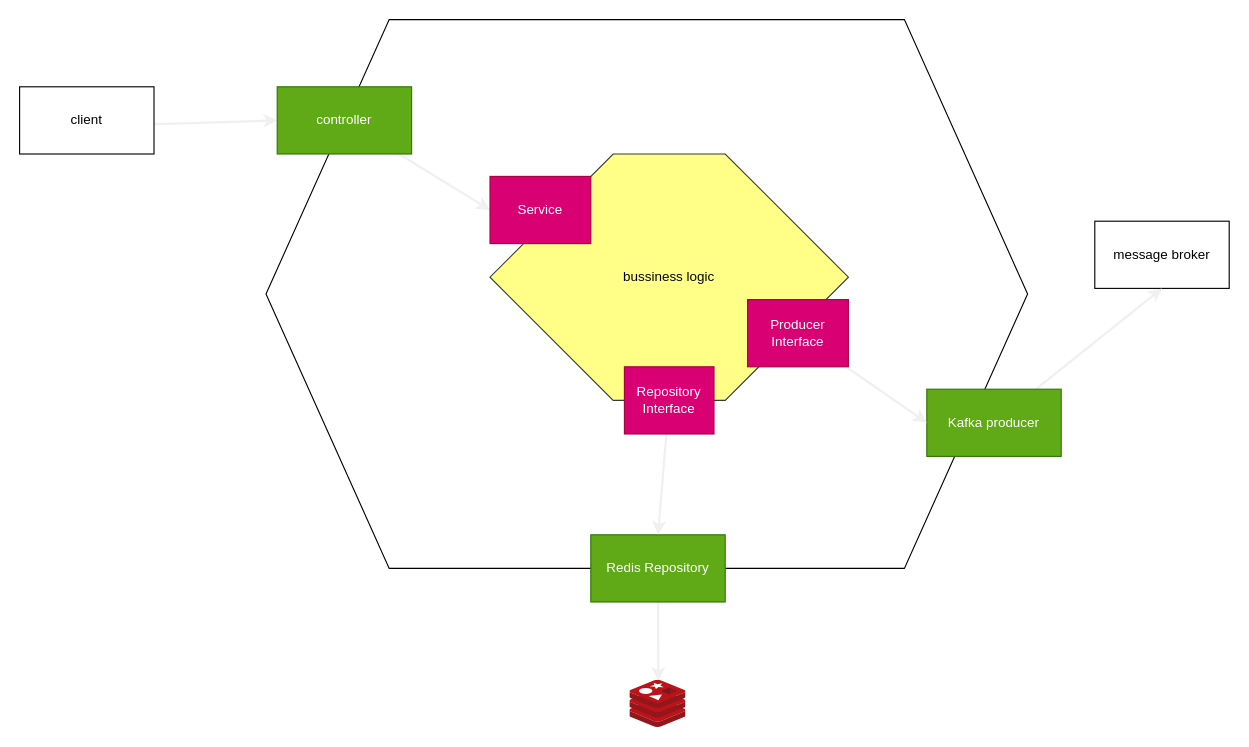
This is diagrams/CartDiagram.drawio from abdo1819/MicroservicesTask, a draw.io file, before an edit. Source tidied: cells renumbered, new cells numbered last; positions are measured from the earlier drawing's top-left corner, leaving out a move shared by most shapes. Both pictures are drawn from the tidied source at 112%, with x=0, y=0 at pixel (19, 19).
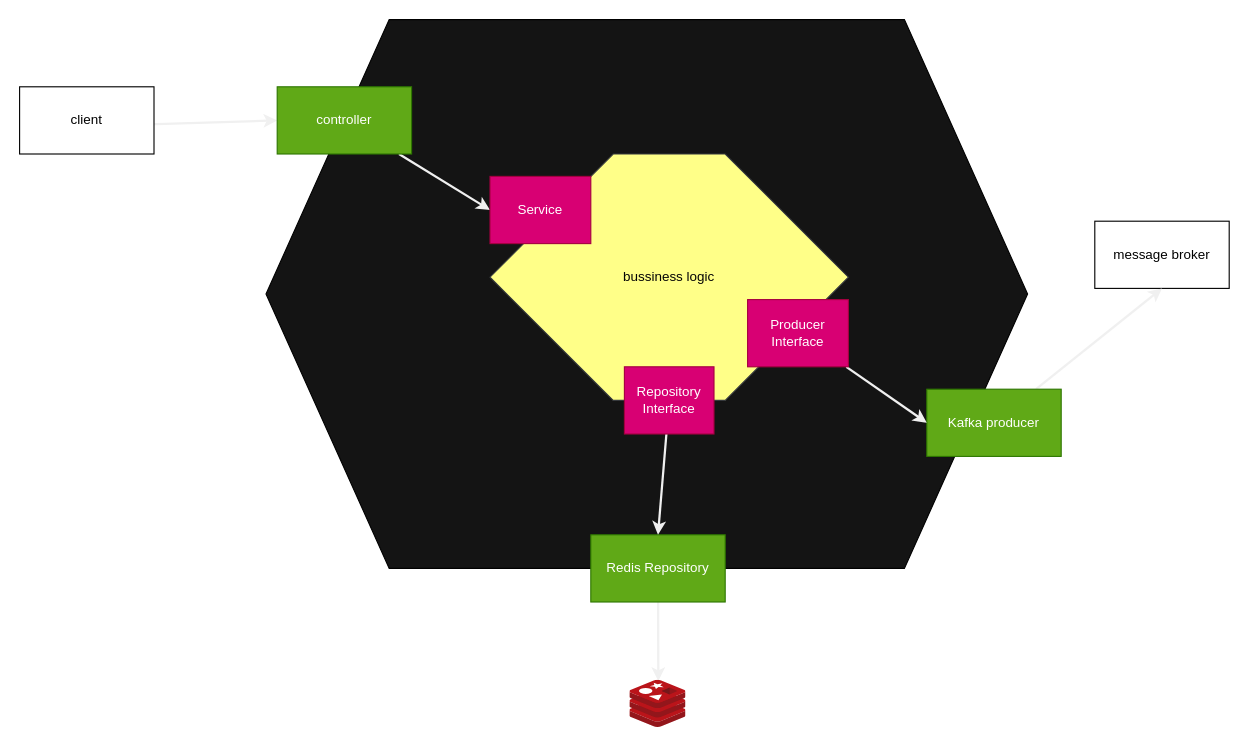
After the change.

Commit message (it also covers changes not shown here):
update cart diagram

What changed in the source:
```diff
@@
 <mxGraphModel>
   <root>
     <mxCell id="0" />
     <mxCell id="1" parent="0" />
-    <mxCell id="2" style="shape=hexagon;perimeter=hexagonPerimeter2;whiteSpace=wrap;html=1;fixedSize=1;size=110;" parent="1" vertex="1">
+    <mxCell id="2" style="shape=hexagon;perimeter=hexagonPerimeter2;whiteSpace=wrap;html=1;fixedSize=1;size=110;fillColor=#141414;" parent="1" vertex="1">
       <mxGeometry x="220" width="680" height="490" as="geometry" />
     </mxCell>
     <mxCell id="3" value="&lt;font color=&quot;#050505&quot;&gt;bussiness logic&lt;/font&gt;" style="shape=hexagon;perimeter=hexagonPerimeter2;whiteSpace=wrap;html=1;fixedSize=1;size=110;fillColor=#ffff88;strokeColor=#36393d;" parent="1" vertex="1">
       <mxGeometry x="420" y="120" width="320" height="220" as="geometry" />
     </mxCell>
     <mxCell id="4" style="edgeStyle=none;html=1;entryX=0;entryY=0.5;entryDx=0;entryDy=0;strokeColor=#F0F0F0;strokeWidth=2;" parent="1" edge="1" target="6">
       <mxGeometry relative="1" as="geometry">
         <mxPoint x="85" y="94.5" as="sourcePoint" />
       </mxGeometry>
     </mxCell>
     <mxCell id="5" style="edgeStyle=none;html=1;entryX=0;entryY=0.5;entryDx=0;entryDy=0;strokeColor=#F0F0F0;strokeWidth=2;" parent="1" edge="1" source="6" target="18">
       <mxGeometry relative="1" as="geometry" />
     </mxCell>
     <mxCell id="6" value="controller" style="rounded=0;whiteSpace=wrap;html=1;fillColor=#60a917;fontColor=#ffffff;strokeColor=#2D7600;" parent="1" vertex="1">
       <mxGeometry x="230" y="60" width="120" height="60" as="geometry" />
     </mxCell>
     <mxCell id="7" value="client" style="rounded=0;whiteSpace=wrap;html=1;" parent="1" vertex="1">
       <mxGeometry y="60" width="120" height="60" as="geometry" />
     </mxCell>
     <mxCell id="8" value="message broker" style="rounded=0;whiteSpace=wrap;html=1;" parent="1" vertex="1">
       <mxGeometry x="960" y="180" width="120" height="60" as="geometry" />
     </mxCell>
     <mxCell id="9" style="edgeStyle=none;html=1;entryX=0.5;entryY=1;entryDx=0;entryDy=0;strokeColor=#F0F0F0;strokeWidth=2;" parent="1" edge="1" source="10" target="8">
       <mxGeometry relative="1" as="geometry" />
     </mxCell>
     <mxCell id="10" value="Kafka producer" style="rounded=0;whiteSpace=wrap;html=1;fillColor=#60a917;fontColor=#ffffff;strokeColor=#2D7600;" parent="1" vertex="1">
       <mxGeometry x="810" y="330" width="120" height="60" as="geometry" />
     </mxCell>
     <mxCell id="11" style="edgeStyle=none;html=1;entryX=0;entryY=0.5;entryDx=0;entryDy=0;strokeColor=#F0F0F0;strokeWidth=2;" parent="1" edge="1" source="12" target="10">
       <mxGeometry relative="1" as="geometry" />
     </mxCell>
     <mxCell id="12" value="Producer&lt;br&gt;Interface" style="rounded=0;whiteSpace=wrap;html=1;fillColor=#d80073;strokeColor=#A50040;fontColor=#ffffff;" parent="1" vertex="1">
       <mxGeometry x="650" y="250" width="90" height="60" as="geometry" />
     </mxCell>
     <mxCell id="13" style="edgeStyle=none;html=1;entryX=0.506;entryY=0.013;entryDx=0;entryDy=0;entryPerimeter=0;strokeColor=#F0F0F0;strokeWidth=2;" parent="1" edge="1" source="14" target="15">
       <mxGeometry relative="1" as="geometry" />
     </mxCell>
     <mxCell id="14" value="Redis Repository" style="rounded=0;whiteSpace=wrap;html=1;fillColor=#60a917;fontColor=#ffffff;strokeColor=#2D7600;" parent="1" vertex="1">
       <mxGeometry x="510" y="460" width="120" height="60" as="geometry" />
     </mxCell>
     <mxCell id="15" style="sketch=0;html=1;points=[];align=center;image;fontSize=12;image=img/lib/mscae/Cache_Redis_Product.svg;" parent="1" vertex="1">
       <mxGeometry x="545" y="590" width="50" height="42" as="geometry" />
     </mxCell>
     <mxCell id="16" style="edgeStyle=none;html=1;entryX=0.5;entryY=0;entryDx=0;entryDy=0;strokeColor=#F0F0F0;strokeWidth=2;" parent="1" edge="1" source="17" target="14">
       <mxGeometry relative="1" as="geometry" />
     </mxCell>
     <mxCell id="17" value="Repository&lt;br&gt;Interface" style="rounded=0;whiteSpace=wrap;html=1;fillColor=#d80073;strokeColor=#A50040;fontColor=#ffffff;" parent="1" vertex="1">
       <mxGeometry x="540" y="310" width="80" height="60" as="geometry" />
     </mxCell>
     <mxCell id="18" value="Service" style="rounded=0;whiteSpace=wrap;html=1;fillColor=#d80073;strokeColor=#A50040;fontColor=#ffffff;" parent="1" vertex="1">
       <mxGeometry x="420" y="140" width="90" height="60" as="geometry" />
     </mxCell>
   </root>
 </mxGraphModel>
```
